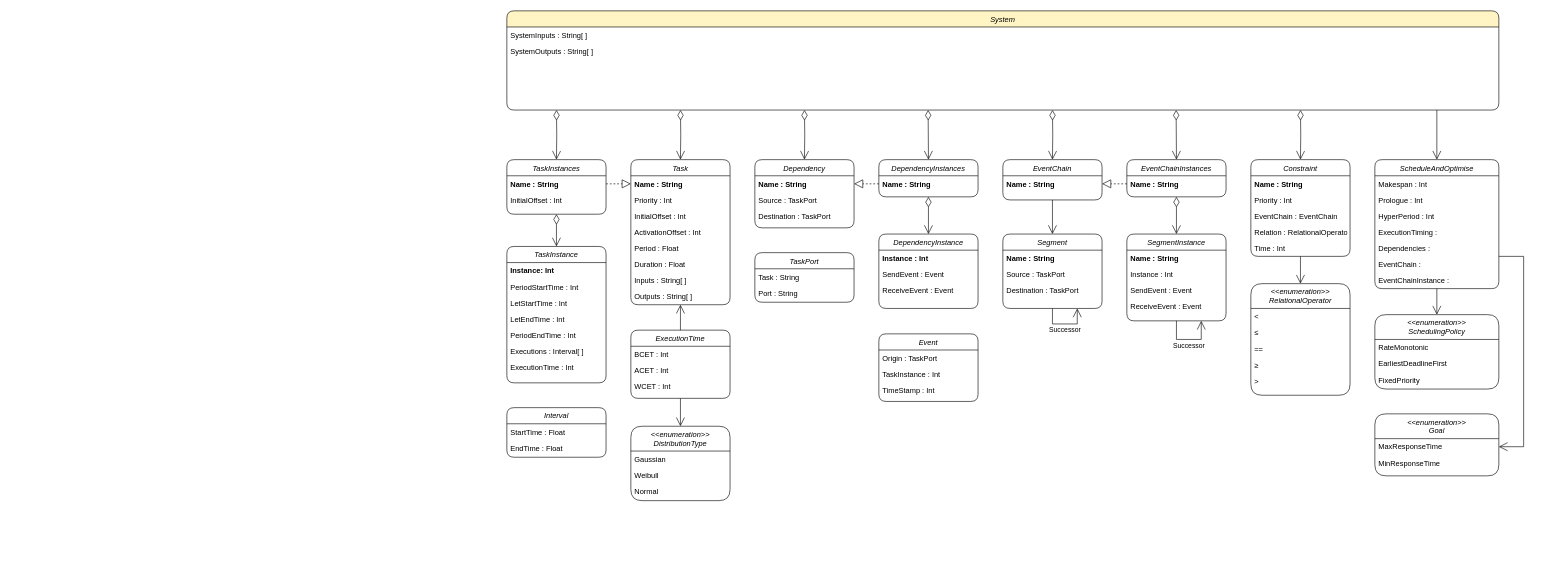
uniba-swt/LetSynchronise keeps this draw.io diagram as page "Class Diagram" (2 of 2) of docs/architecture.drawio. Above is the earlier version. Source tidied: cells renumbered, new cells numbered last; positions are measured from the earlier drawing's top-left corner, leaving out a move shared by most shapes. Both pictures are drawn from the tidied source at 62%, with x=0, y=0 at pixel (507, 11).
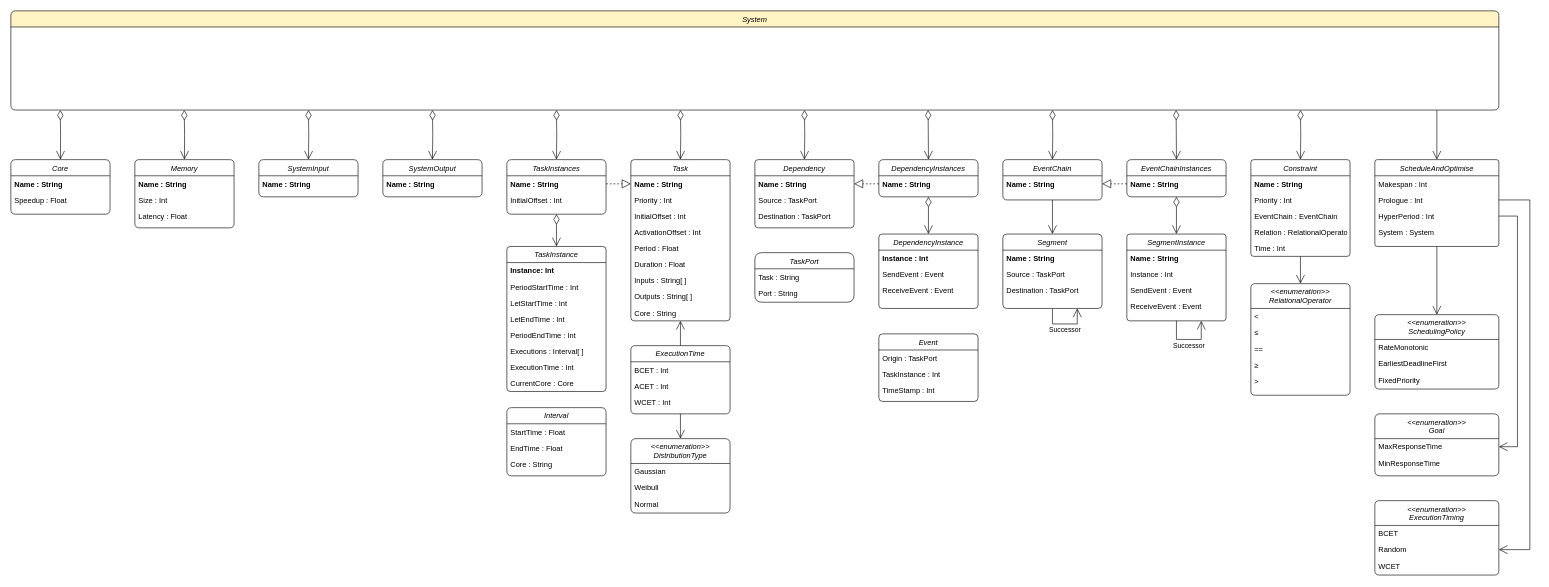
After the change.

Commit message (it also covers changes not shown here):
Updated docs with multicore and memory

Unchanged cells that the change refers to:
```xml
<mxCell id="104" value="Prologue : Int" style="text;align=left;verticalAlign=top;spacingLeft=4;spacingRight=4;overflow=hidden;points=[[0,0.5],[1,0.5]];portConstraint=eastwest;shadow=0;html=0;rounded=1;" parent="102" vertex="1">
  <mxGeometry y="52" width="200" height="26" as="geometry" />
</mxCell>
<mxCell id="105" value="HyperPeriod : Int" style="text;align=left;verticalAlign=top;spacingLeft=4;spacingRight=4;overflow=hidden;points=[[0,0.5],[1,0.5]];portConstraint=eastwest;shadow=0;html=0;rounded=1;" parent="102" vertex="1">
  <mxGeometry y="78" width="200" height="26" as="geometry" />
</mxCell>
<mxCell id="112" value="MaxResponseTime" style="text;strokeColor=none;fillColor=none;align=left;verticalAlign=top;spacingLeft=4;spacingRight=4;overflow=hidden;points=[[0,0.5],[1,0.5]];portConstraint=eastwest;" parent="111" vertex="1">
  <mxGeometry y="40" width="200" height="26" as="geometry" />
</mxCell>
```

What changed in the source:
```diff
@@
-    <mxCell id="2" value="Constraint" style="swimlane;fontStyle=2;align=center;verticalAlign=top;horizontal=1;startSize=26;shadow=0;strokeWidth=1;rounded=1;" parent="1" vertex="1">
+    <mxCell id="2" value="Constraint" style="swimlane;fontStyle=2;align=center;verticalAlign=top;horizontal=1;startSize=26;shadow=0;strokeWidth=1;rounded=1;arcSize=6;" parent="1" vertex="1">
       <mxGeometry x="1200" y="240" width="160" height="156" as="geometry" />
     </mxCell>
@@
-    <mxCell id="8" value="Dependency" style="swimlane;fontStyle=2;align=center;verticalAlign=top;horizontal=1;startSize=26;shadow=0;strokeWidth=1;rounded=1;" parent="1" vertex="1">
+    <mxCell id="8" value="Dependency" style="swimlane;fontStyle=2;align=center;verticalAlign=top;horizontal=1;startSize=26;shadow=0;strokeWidth=1;rounded=1;arcSize=7;" parent="1" vertex="1">
       <mxGeometry x="400" y="240" width="160" height="110" as="geometry" />
     </mxCell>
@@
-    <mxCell id="12" value="Task" style="swimlane;fontStyle=2;align=center;verticalAlign=top;horizontal=1;startSize=26;shadow=0;strokeWidth=1;rounded=1;fillColor=#FFFFFF;" parent="1" vertex="1">
-      <mxGeometry x="200" y="240" width="160" height="234" as="geometry" />
+    <mxCell id="12" value="Task" style="swimlane;fontStyle=2;align=center;verticalAlign=top;horizontal=1;startSize=26;shadow=0;strokeWidth=1;rounded=1;fillColor=#FFFFFF;arcSize=7;" parent="1" vertex="1">
+      <mxGeometry x="200" y="240" width="160" height="260" as="geometry" />
     </mxCell>
@@
+    <mxCell id="115" value="Core : String" style="text;align=left;verticalAlign=top;spacingLeft=4;spacingRight=4;overflow=hidden;rounded=1;fontStyle=0;" parent="12" vertex="1">
+      <mxGeometry y="234" width="160" height="26" as="geometry" />
+    </mxCell>
-    <mxCell id="21" value="System" style="swimlane;fontStyle=2;align=center;verticalAlign=top;horizontal=1;startSize=26;shadow=0;strokeWidth=1;rounded=1;fillColor=#FFF4C3;" parent="1" vertex="1">
-      <mxGeometry width="1600" height="160" as="geometry" />
+    <mxCell id="21" value="System" style="swimlane;fontStyle=2;align=center;verticalAlign=top;horizontal=1;startSize=26;shadow=0;strokeWidth=1;rounded=1;fillColor=#FFF4C3;arcSize=10;" parent="1" vertex="1">
+      <mxGeometry x="-800" width="2400" height="160" as="geometry" />
     </mxCell>
-    <mxCell id="22" value="SystemInputs : String[ ]" style="text;strokeColor=none;fillColor=none;align=left;verticalAlign=top;spacingLeft=4;spacingRight=4;overflow=hidden;" parent="21" vertex="1">
-      <mxGeometry y="26" width="1600" height="26" as="geometry" />
-    </mxCell>
-    <mxCell id="23" value="SystemOutputs : String[ ]" style="text;strokeColor=none;fillColor=none;align=left;verticalAlign=top;spacingLeft=4;spacingRight=4;overflow=hidden;" parent="21" vertex="1">
-      <mxGeometry y="52" width="1600" height="26" as="geometry" />
-    </mxCell>
-    <mxCell id="24" value="ExecutionTime" style="swimlane;fontStyle=2;align=center;verticalAlign=top;horizontal=1;startSize=26;shadow=0;strokeWidth=1;rounded=1;" parent="1" vertex="1">
-      <mxGeometry x="200" y="515" width="160" height="110" as="geometry" />
+    <mxCell id="24" value="ExecutionTime" style="swimlane;fontStyle=2;align=center;verticalAlign=top;horizontal=1;startSize=26;shadow=0;strokeWidth=1;rounded=1;arcSize=9;" parent="1" vertex="1">
+      <mxGeometry x="200" y="540" width="160" height="110" as="geometry" />
     </mxCell>
@@
-    <mxCell id="31" value="TaskInstances" style="swimlane;fontStyle=2;align=center;verticalAlign=top;horizontal=1;startSize=26;shadow=0;strokeWidth=1;rounded=1;fillColor=#FFFFFF;" parent="1" vertex="1">
+    <mxCell id="31" value="TaskInstances" style="swimlane;fontStyle=2;align=center;verticalAlign=top;horizontal=1;startSize=26;shadow=0;strokeWidth=1;rounded=1;fillColor=#FFFFFF;arcSize=10;" parent="1" vertex="1">
       <mxGeometry y="240" width="160" height="88" as="geometry" />
     </mxCell>
@@
-    <mxCell id="39" value="DependencyInstances" style="swimlane;fontStyle=2;align=center;verticalAlign=top;horizontal=1;startSize=26;shadow=0;strokeWidth=1;rounded=1;" parent="1" vertex="1">
+    <mxCell id="39" value="DependencyInstances" style="swimlane;fontStyle=2;align=center;verticalAlign=top;horizontal=1;startSize=26;shadow=0;strokeWidth=1;rounded=1;arcSize=10;" parent="1" vertex="1">
       <mxGeometry x="600" y="240" width="160" height="60" as="geometry" />
     </mxCell>
@@
-    <mxCell id="41" value="TaskInstance" style="swimlane;fontStyle=2;align=center;verticalAlign=top;horizontal=1;startSize=26;shadow=0;strokeWidth=1;rounded=1;fillColor=#FFFFFF;" parent="1" vertex="1">
-      <mxGeometry y="380" width="160" height="220" as="geometry" />
+    <mxCell id="41" value="TaskInstance" style="swimlane;fontStyle=2;align=center;verticalAlign=top;horizontal=1;startSize=26;shadow=0;strokeWidth=1;rounded=1;fillColor=#FFFFFF;arcSize=7;" parent="1" vertex="1">
+      <mxGeometry y="380" width="160" height="234" as="geometry" />
     </mxCell>
@@
+    <mxCell id="116" value="CurrentCore : Core" style="text;align=left;verticalAlign=top;spacingLeft=4;spacingRight=4;overflow=hidden;rounded=1;" parent="41" vertex="1">
+      <mxGeometry y="208" width="160" height="26" as="geometry" />
+    </mxCell>
@@
-    <mxCell id="51" value="DependencyInstance" style="swimlane;fontStyle=2;align=center;verticalAlign=top;horizontal=1;startSize=26;shadow=0;strokeWidth=1;rounded=1;" parent="1" vertex="1">
+    <mxCell id="51" value="DependencyInstance" style="swimlane;fontStyle=2;align=center;verticalAlign=top;horizontal=1;startSize=26;shadow=0;strokeWidth=1;rounded=1;arcSize=7;" parent="1" vertex="1">
       <mxGeometry x="600" y="360" width="160" height="120" as="geometry" />
     </mxCell>
@@
-    <mxCell id="56" value="Event" style="swimlane;fontStyle=2;align=center;verticalAlign=top;horizontal=1;startSize=26;shadow=0;strokeWidth=1;rounded=1;" parent="1" vertex="1">
+    <mxCell id="56" value="Event" style="swimlane;fontStyle=2;align=center;verticalAlign=top;horizontal=1;startSize=26;shadow=0;strokeWidth=1;rounded=1;arcSize=8;" parent="1" vertex="1">
       <mxGeometry x="600" y="521" width="160" height="109" as="geometry" />
     </mxCell>
@@
-    <mxCell id="60" value="&lt;&lt;enumeration&gt;&gt;&#10;RelationalOperator" style="swimlane;fontStyle=2;align=center;verticalAlign=top;horizontal=1;startSize=40;shadow=0;strokeWidth=1;rounded=1;" parent="1" vertex="1">
+    <mxCell id="60" value="&lt;&lt;enumeration&gt;&gt;&#10;RelationalOperator" style="swimlane;fontStyle=2;align=center;verticalAlign=top;horizontal=1;startSize=40;shadow=0;strokeWidth=1;rounded=1;arcSize=6;" parent="1" vertex="1">
       <mxGeometry x="1200" y="440" width="160" height="180" as="geometry" />
     </mxCell>
@@
-    <mxCell id="67" value="EventChain" style="swimlane;fontStyle=2;align=center;verticalAlign=top;horizontal=1;startSize=26;shadow=0;strokeWidth=1;rounded=1;" parent="1" vertex="1">
+    <mxCell id="67" value="EventChain" style="swimlane;fontStyle=2;align=center;verticalAlign=top;horizontal=1;startSize=26;shadow=0;strokeWidth=1;rounded=1;arcSize=9;" parent="1" vertex="1">
       <mxGeometry x="800" y="240" width="160" height="65" as="geometry" />
     </mxCell>
@@
-    <mxCell id="69" value="EventChainInstances" style="swimlane;fontStyle=2;align=center;verticalAlign=top;horizontal=1;startSize=26;shadow=0;strokeWidth=1;rounded=1;" parent="1" vertex="1">
+    <mxCell id="69" value="EventChainInstances" style="swimlane;fontStyle=2;align=center;verticalAlign=top;horizontal=1;startSize=26;shadow=0;strokeWidth=1;rounded=1;arcSize=10;" parent="1" vertex="1">
       <mxGeometry x="1000" y="240" width="160" height="60" as="geometry" />
     </mxCell>
@@
-    <mxCell id="71" value="Segment" style="swimlane;fontStyle=2;align=center;verticalAlign=top;horizontal=1;startSize=26;shadow=0;strokeWidth=1;rounded=1;" parent="1" vertex="1">
+    <mxCell id="71" value="Segment" style="swimlane;fontStyle=2;align=center;verticalAlign=top;horizontal=1;startSize=26;shadow=0;strokeWidth=1;rounded=1;arcSize=8;" parent="1" vertex="1">
       <mxGeometry x="800" y="360" width="160" height="120" as="geometry" />
     </mxCell>
@@
-    <mxCell id="79" value="SegmentInstance" style="swimlane;fontStyle=2;align=center;verticalAlign=top;horizontal=1;startSize=26;shadow=0;strokeWidth=1;rounded=1;" parent="1" vertex="1">
+    <mxCell id="79" value="SegmentInstance" style="swimlane;fontStyle=2;align=center;verticalAlign=top;horizontal=1;startSize=26;shadow=0;strokeWidth=1;rounded=1;arcSize=6;" parent="1" vertex="1">
       <mxGeometry x="1000" y="360" width="160" height="140" as="geometry" />
     </mxCell>
@@
-    <mxCell id="88" value="Interval" style="swimlane;fontStyle=2;align=center;verticalAlign=top;horizontal=1;startSize=26;shadow=0;strokeWidth=1;rounded=1;" parent="1" vertex="1">
-      <mxGeometry y="640" width="160" height="80" as="geometry" />
+    <mxCell id="88" value="Interval" style="swimlane;fontStyle=2;align=center;verticalAlign=top;horizontal=1;startSize=26;shadow=0;strokeWidth=1;rounded=1;arcSize=10;" parent="1" vertex="1">
+      <mxGeometry y="640" width="160" height="110" as="geometry" />
     </mxCell>
@@
+    <mxCell id="117" value="Core : String" style="text;align=left;verticalAlign=top;spacingLeft=4;spacingRight=4;overflow=hidden;fontStyle=0;rounded=1;" parent="88" vertex="1">
+      <mxGeometry y="78" width="160" height="26" as="geometry" />
+    </mxCell>
-    <mxCell id="91" value="&lt;&lt;enumeration&gt;&gt;&#10;SchedulingPolicy" style="swimlane;fontStyle=2;align=center;verticalAlign=top;horizontal=1;startSize=40;shadow=0;strokeWidth=1;rounded=1;" parent="1" vertex="1">
+    <mxCell id="91" value="&lt;&lt;enumeration&gt;&gt;&#10;SchedulingPolicy" style="swimlane;fontStyle=2;align=center;verticalAlign=top;horizontal=1;startSize=40;shadow=0;strokeWidth=1;rounded=1;arcSize=6;" parent="1" vertex="1">
       <mxGeometry x="1400" y="490" width="200" height="120" as="geometry" />
     </mxCell>
@@
-    <mxCell id="95" style="endArrow=open;endFill=1;endSize=12;html=1;rounded=0;entryX=0.5;entryY=0;entryDx=0;entryDy=0;" parent="1" edge="1" source="109" target="91">
+    <mxCell id="95" style="endArrow=open;endFill=1;endSize=12;html=1;rounded=0;entryX=0.5;entryY=0;entryDx=0;entryDy=0;exitX=0.5;exitY=1;exitDx=0;exitDy=0;" parent="1" edge="1" source="102" target="91">
       <mxGeometry relative="1" as="geometry" />
     </mxCell>
-    <mxCell id="96" value="&lt;&lt;enumeration&gt;&gt;&#10;DistributionType" style="swimlane;fontStyle=2;align=center;verticalAlign=top;horizontal=1;startSize=40;shadow=0;strokeWidth=1;rounded=1;" parent="1" vertex="1">
-      <mxGeometry x="200" y="670" width="160" height="120" as="geometry" />
+    <mxCell id="96" value="&lt;&lt;enumeration&gt;&gt;&#10;DistributionType" style="swimlane;fontStyle=2;align=center;verticalAlign=top;horizontal=1;startSize=40;shadow=0;strokeWidth=1;rounded=1;arcSize=7;" parent="1" vertex="1">
+      <mxGeometry x="200" y="690" width="160" height="120" as="geometry" />
     </mxCell>
@@
-    <mxCell id="102" value="ScheduleAndOptimise" style="swimlane;fontStyle=2;align=center;verticalAlign=top;horizontal=1;startSize=26;shadow=0;strokeWidth=1;rounded=1;fillColor=#FFFFFF;" parent="1" vertex="1">
-      <mxGeometry x="1400" y="240" width="200" height="208" as="geometry" />
+    <mxCell id="102" value="ScheduleAndOptimise" style="swimlane;fontStyle=2;align=center;verticalAlign=top;horizontal=1;startSize=26;shadow=0;strokeWidth=1;rounded=1;fillColor=#FFFFFF;arcSize=5;" parent="1" vertex="1">
+      <mxGeometry x="1400" y="240" width="200" height="140" as="geometry" />
     </mxCell>
@@
-    <mxCell id="106" value="ExecutionTiming :" style="text;align=left;verticalAlign=top;spacingLeft=4;spacingRight=4;overflow=hidden;shadow=0;html=0;rounded=1;" parent="102" vertex="1">
-      <mxGeometry y="104" width="200" height="26" as="geometry" />
-    </mxCell>
-    <mxCell id="107" value="Dependencies :" style="text;align=left;verticalAlign=top;spacingLeft=4;spacingRight=4;overflow=hidden;shadow=0;html=0;rounded=1;" parent="102" vertex="1">
-      <mxGeometry y="130" width="200" height="26" as="geometry" />
+    <mxCell id="107" value="System : System" style="text;align=left;verticalAlign=top;spacingLeft=4;spacingRight=4;overflow=hidden;shadow=0;html=0;rounded=1;" parent="102" vertex="1">
+      <mxGeometry y="104" width="200" height="26" as="geometry" />
     </mxCell>
-    <mxCell id="108" value="EventChain :" style="text;align=left;verticalAlign=top;spacingLeft=4;spacingRight=4;overflow=hidden;shadow=0;html=0;rounded=1;" parent="102" vertex="1">
-      <mxGeometry y="156" width="200" height="26" as="geometry" />
-    </mxCell>
-    <mxCell id="109" value="EventChainInstance :" style="text;align=left;verticalAlign=top;spacingLeft=4;spacingRight=4;overflow=hidden;points=[[0,0.5],[1,0.5]];portConstraint=eastwest;shadow=0;html=0;rounded=1;" parent="102" vertex="1">
-      <mxGeometry y="182" width="200" height="26" as="geometry" />
-    </mxCell>
@@
-    <mxCell id="111" value="&lt;&lt;enumeration&gt;&gt;&#10;Goal" style="swimlane;fontStyle=2;align=center;verticalAlign=top;horizontal=1;startSize=40;shadow=0;strokeWidth=1;rounded=1;" parent="1" vertex="1">
+    <mxCell id="111" value="&lt;&lt;enumeration&gt;&gt;&#10;Goal" style="swimlane;fontStyle=2;align=center;verticalAlign=top;horizontal=1;startSize=40;shadow=0;strokeWidth=1;rounded=1;arcSize=7;" parent="1" vertex="1">
       <mxGeometry x="1400" y="650" width="200" height="100" as="geometry" />
     </mxCell>
@@
-    <mxCell id="114" style="endArrow=open;endFill=1;endSize=12;html=1;rounded=0;exitX=1;exitY=0.75;exitDx=0;exitDy=0;entryX=1;entryY=0.5;entryDx=0;entryDy=0;" parent="1" edge="1" source="102" target="112">
+    <mxCell id="114" style="endArrow=open;endFill=1;endSize=12;html=1;rounded=0;entryX=1;entryY=0.5;entryDx=0;entryDy=0;exitX=1;exitY=0.5;exitDx=0;exitDy=0;" parent="1" edge="1" source="105" target="112">
       <mxGeometry relative="1" as="geometry">
         <Array as="points">
-          <mxPoint x="1640" y="396" />
-          <mxPoint x="1640" y="703" />
+          <mxPoint x="1630" y="331" />
+          <mxPoint x="1630" y="703" />
         </Array>
       </mxGeometry>
     </mxCell>
+    <mxCell id="118" value="SystemOutput" style="swimlane;fontStyle=2;align=center;verticalAlign=top;horizontal=1;startSize=26;shadow=0;strokeWidth=1;rounded=1;fillColor=#FFFFFF;arcSize=10;" parent="1" vertex="1">
+      <mxGeometry x="-200" y="240" width="160" height="60" as="geometry" />
+    </mxCell>
+    <mxCell id="119" value="Name : String" style="text;align=left;verticalAlign=top;spacingLeft=4;spacingRight=4;overflow=hidden;rounded=1;fontStyle=1;" parent="118" vertex="1">
+      <mxGeometry y="26" width="160" height="26" as="geometry" />
+    </mxCell>
+    <mxCell id="120" value="SystemInput" style="swimlane;fontStyle=2;align=center;verticalAlign=top;horizontal=1;startSize=26;shadow=0;strokeWidth=1;rounded=1;fillColor=#FFFFFF;arcSize=10;" parent="1" vertex="1">
+      <mxGeometry x="-400" y="240" width="160" height="60" as="geometry" />
+    </mxCell>
+    <mxCell id="121" value="Name : String" style="text;align=left;verticalAlign=top;spacingLeft=4;spacingRight=4;overflow=hidden;rounded=1;fontStyle=1;" parent="120" vertex="1">
+      <mxGeometry y="26" width="160" height="26" as="geometry" />
+    </mxCell>
+    <mxCell id="122" value="Core" style="swimlane;fontStyle=2;align=center;verticalAlign=top;horizontal=1;startSize=26;shadow=0;strokeWidth=1;rounded=1;fillColor=#FFFFFF;arcSize=10;" parent="1" vertex="1">
+      <mxGeometry x="-800" y="240" width="160" height="88" as="geometry" />
+    </mxCell>
+    <mxCell id="123" value="Name : String" style="text;align=left;verticalAlign=top;spacingLeft=4;spacingRight=4;overflow=hidden;rounded=1;fontStyle=1;" parent="122" vertex="1">
+      <mxGeometry y="26" width="160" height="26" as="geometry" />
+    </mxCell>
+    <mxCell id="124" value="Speedup : Float" style="text;align=left;verticalAlign=top;spacingLeft=4;spacingRight=4;overflow=hidden;shadow=0;html=0;rounded=1;" parent="122" vertex="1">
+      <mxGeometry y="52" width="160" height="26" as="geometry" />
+    </mxCell>
+    <mxCell id="125" value="Memory" style="swimlane;fontStyle=2;align=center;verticalAlign=top;horizontal=1;startSize=26;shadow=0;strokeWidth=1;rounded=1;arcSize=9;" parent="1" vertex="1">
+      <mxGeometry x="-600" y="240" width="160" height="110" as="geometry" />
+    </mxCell>
+    <mxCell id="126" value="Name : String" style="text;align=left;verticalAlign=top;spacingLeft=4;spacingRight=4;overflow=hidden;shadow=0;html=0;rounded=1;fontStyle=1;" parent="125" vertex="1">
+      <mxGeometry y="26" width="160" height="26" as="geometry" />
+    </mxCell>
+    <mxCell id="127" value="Size : Int" style="text;align=left;verticalAlign=top;spacingLeft=4;spacingRight=4;overflow=hidden;rounded=1;" parent="125" vertex="1">
+      <mxGeometry y="52" width="160" height="26" as="geometry" />
+    </mxCell>
+    <mxCell id="128" value="Latency : Float" style="text;align=left;verticalAlign=top;spacingLeft=4;spacingRight=4;overflow=hidden;rounded=1;" parent="125" vertex="1">
+      <mxGeometry y="78" width="160" height="26" as="geometry" />
+    </mxCell>
+    <mxCell id="129" style="endArrow=open;html=1;endSize=12;startArrow=diamondThin;startSize=14;startFill=0;edgeStyle=orthogonalEdgeStyle;align=left;verticalAlign=bottom;rounded=0;entryX=0.5;entryY=0;entryDx=0;entryDy=0;" parent="1" edge="1" target="118">
+      <mxGeometry x="-1" y="3" relative="1" as="geometry">
+        <mxPoint x="-120" y="160" as="sourcePoint" />
+      </mxGeometry>
+    </mxCell>
+    <mxCell id="130" style="endArrow=open;html=1;endSize=12;startArrow=diamondThin;startSize=14;startFill=0;edgeStyle=orthogonalEdgeStyle;align=left;verticalAlign=bottom;rounded=0;entryX=0.5;entryY=0;entryDx=0;entryDy=0;" parent="1" edge="1" target="120">
+      <mxGeometry x="-1" y="3" relative="1" as="geometry">
+        <mxPoint x="-320" y="160" as="sourcePoint" />
+      </mxGeometry>
+    </mxCell>
+    <mxCell id="131" style="endArrow=open;html=1;endSize=12;startArrow=diamondThin;startSize=14;startFill=0;edgeStyle=orthogonalEdgeStyle;align=left;verticalAlign=bottom;rounded=0;entryX=0.5;entryY=0;entryDx=0;entryDy=0;" parent="1" edge="1" target="125">
+      <mxGeometry x="-1" y="3" relative="1" as="geometry">
+        <mxPoint x="-520.3" y="160" as="sourcePoint" />
+      </mxGeometry>
+    </mxCell>
+    <mxCell id="132" style="endArrow=open;html=1;endSize=12;startArrow=diamondThin;startSize=14;startFill=0;edgeStyle=orthogonalEdgeStyle;align=left;verticalAlign=bottom;rounded=0;entryX=0.5;entryY=0;entryDx=0;entryDy=0;" parent="1" edge="1" target="122">
+      <mxGeometry x="-1" y="3" relative="1" as="geometry">
+        <mxPoint x="-720.3" y="160" as="sourcePoint" />
+      </mxGeometry>
+    </mxCell>
+    <mxCell id="133" value="&lt;&lt;enumeration&gt;&gt;&#10;ExecutionTiming" style="swimlane;fontStyle=2;align=center;verticalAlign=top;horizontal=1;startSize=40;shadow=0;strokeWidth=1;rounded=1;arcSize=6;" parent="1" vertex="1">
+      <mxGeometry x="1400" y="790" width="200" height="120" as="geometry" />
+    </mxCell>
+    <mxCell id="134" value="BCET" style="text;strokeColor=none;fillColor=none;align=left;verticalAlign=top;spacingLeft=4;spacingRight=4;overflow=hidden;" parent="133" vertex="1">
+      <mxGeometry y="40" width="200" height="26" as="geometry" />
+    </mxCell>
+    <mxCell id="135" value="Random" style="text;align=left;verticalAlign=top;spacingLeft=4;spacingRight=4;overflow=hidden;points=[[0,0.5],[1,0.5]];portConstraint=eastwest;rounded=1;" parent="133" vertex="1">
+      <mxGeometry y="66" width="200" height="26" as="geometry" />
+    </mxCell>
+    <mxCell id="136" value="WCET" style="text;align=left;verticalAlign=top;spacingLeft=4;spacingRight=4;overflow=hidden;shadow=0;html=0;rounded=1;" parent="133" vertex="1">
+      <mxGeometry y="92" width="200" height="26" as="geometry" />
+    </mxCell>
+    <mxCell id="137" style="endArrow=open;endFill=1;endSize=12;html=1;rounded=0;exitX=1;exitY=0.5;exitDx=0;exitDy=0;entryX=1;entryY=0.5;entryDx=0;entryDy=0;" parent="1" edge="1" source="104" target="135">
+      <mxGeometry relative="1" as="geometry">
+        <Array as="points">
+          <mxPoint x="1650" y="305" />
+          <mxPoint x="1650" y="869" />
+        </Array>
+      </mxGeometry>
+    </mxCell>
```
